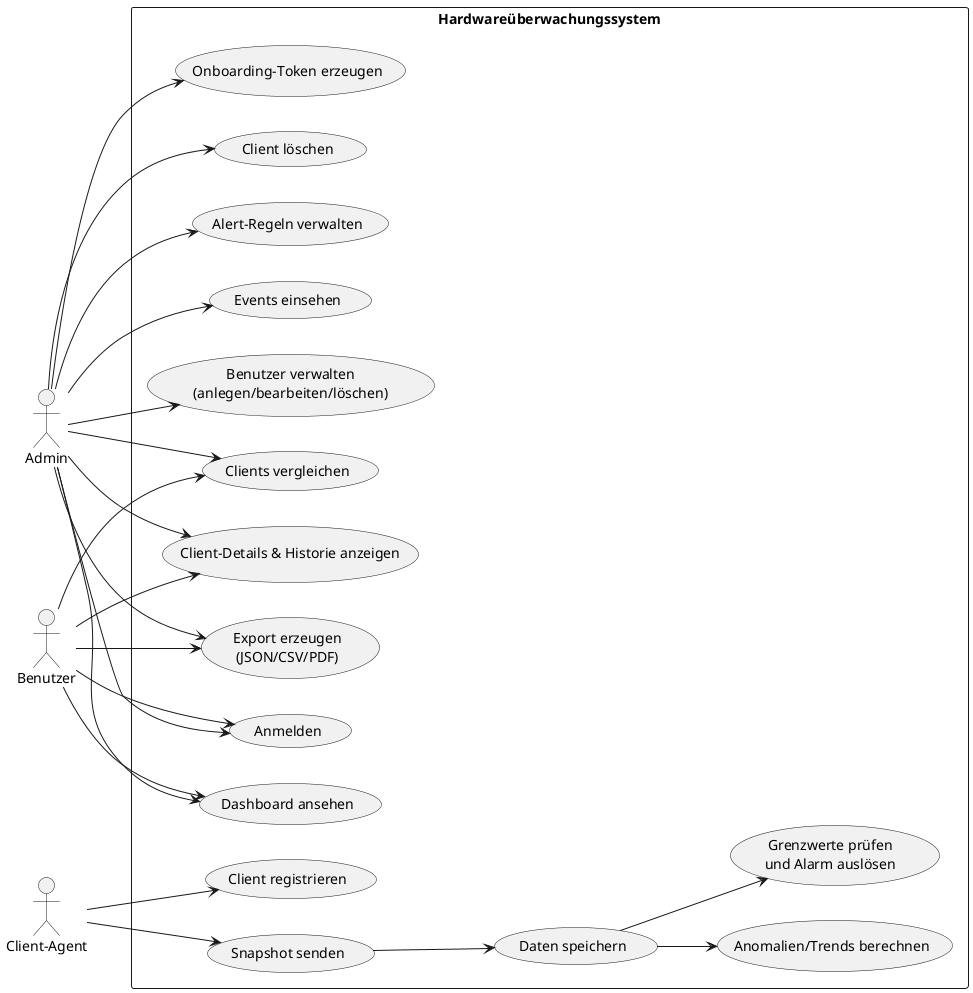
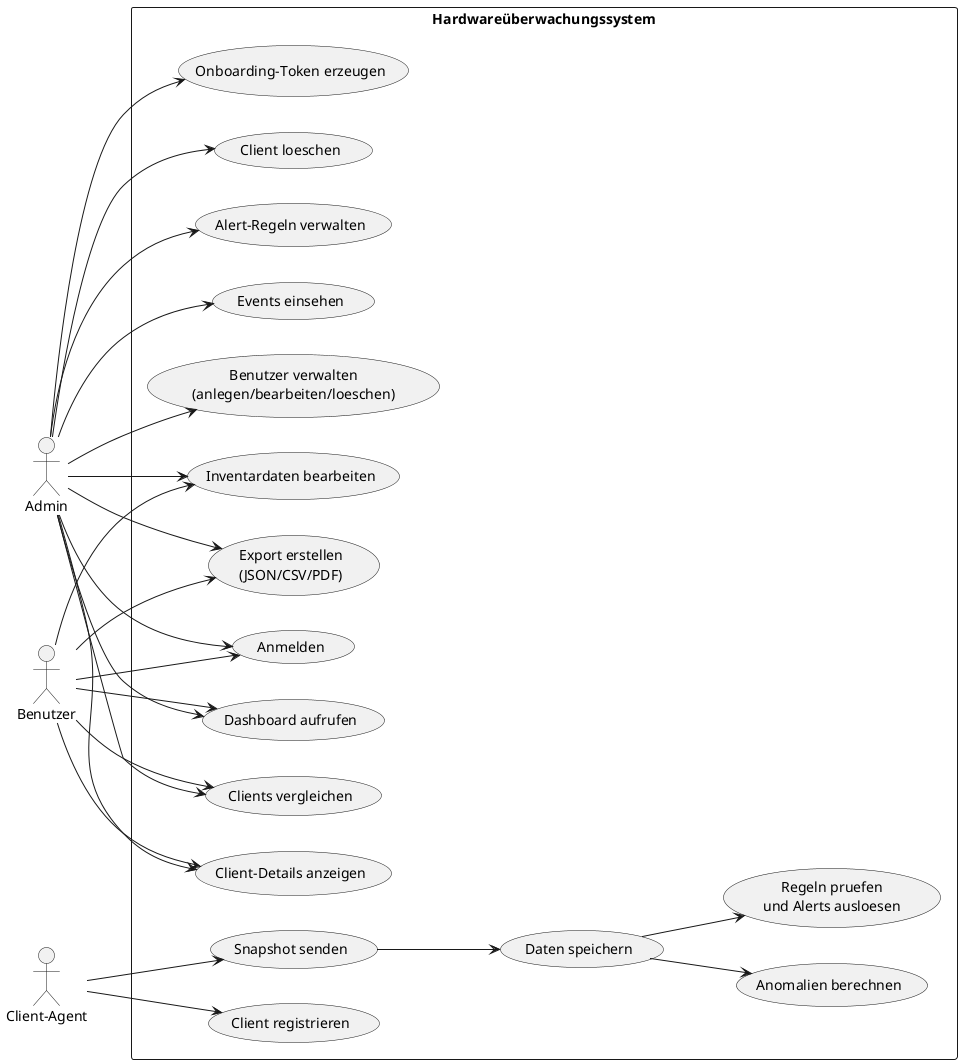
@startuml
left to right direction
skinparam packageStyle rectangle

actor "Admin" as Admin
actor "Benutzer" as User
actor "Client-Agent" as Agent

rectangle "Hardwareüberwachungssystem" {
  usecase "Anmelden" as UC_Login
-   usecase "Dashboard ansehen" as UC_Dashboard
+   usecase "Dashboard aufrufen" as UC_Dashboard
  usecase "Clients vergleichen" as UC_Compare
-   usecase "Client-Details & Historie anzeigen" as UC_Details
+   usecase "Client-Details anzeigen" as UC_Details
+   usecase "Inventardaten bearbeiten" as UC_Inventory
+   usecase "Export erstellen\n(JSON/CSV/PDF)" as UC_Export
  usecase "Onboarding-Token erzeugen" as UC_Onboard
-   usecase "Client löschen" as UC_DeleteClient
+   usecase "Client loeschen" as UC_DeleteClient
  usecase "Alert-Regeln verwalten" as UC_Alerts
  usecase "Events einsehen" as UC_Events
-   usecase "Benutzer verwalten\n(anlegen/bearbeiten/löschen)" as UC_Users
-   usecase "Export erzeugen\n(JSON/CSV/PDF)" as UC_Export
+   usecase "Benutzer verwalten\n(anlegen/bearbeiten/loeschen)" as UC_Users

  usecase "Client registrieren" as UC_Register
  usecase "Snapshot senden" as UC_Snapshot
  usecase "Daten speichern" as UC_Store
-   usecase "Anomalien/Trends berechnen" as UC_Analyze
-   usecase "Grenzwerte prüfen\nund Alarm auslösen" as UC_CheckAlert
+   usecase "Anomalien berechnen" as UC_Analyze
+   usecase "Regeln pruefen\nund Alerts ausloesen" as UC_CheckAlert
}

Admin --> UC_Login
Admin --> UC_Dashboard
Admin --> UC_Compare
Admin --> UC_Details
+ Admin --> UC_Inventory
Admin --> UC_Onboard
Admin --> UC_DeleteClient
Admin --> UC_Alerts
Admin --> UC_Events
Admin --> UC_Users
Admin --> UC_Export

User --> UC_Login
User --> UC_Dashboard
User --> UC_Compare
User --> UC_Details
+ User --> UC_Inventory
User --> UC_Export

Agent --> UC_Register
Agent --> UC_Snapshot
UC_Snapshot --> UC_Store
UC_Store --> UC_Analyze
UC_Store --> UC_CheckAlert

@enduml
